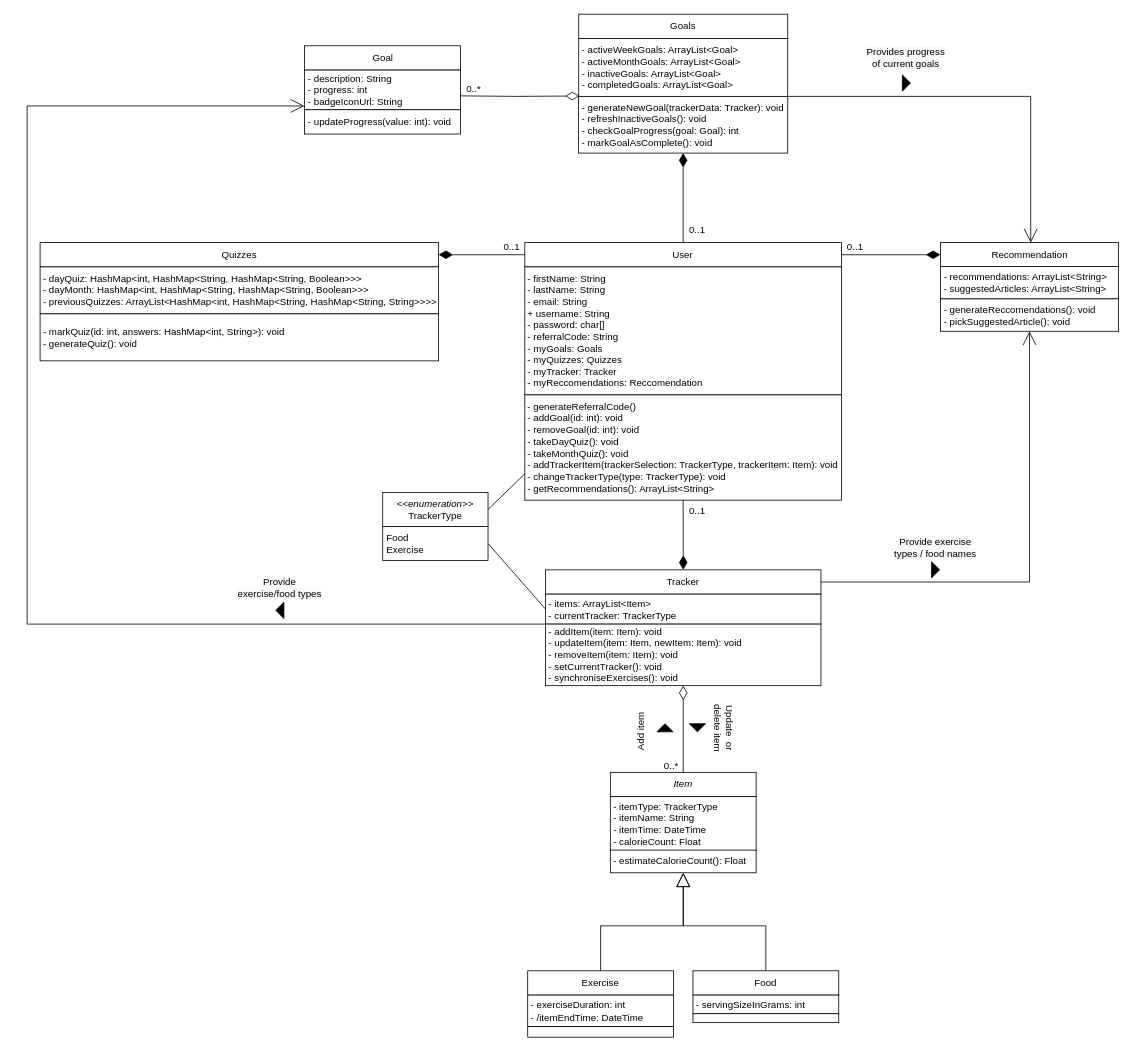
ahammond3aws/DC2SEN keeps this draw.io diagram as Final_class_diagram_improved.drawio. Above is the earlier version. Source tidied: cells renumbered, new cells numbered last; positions are measured from the earlier drawing's top-left corner, leaving out a move shared by most shapes. Both pictures are drawn from the tidied source at 81%, with x=0, y=0 at pixel (27, 14).
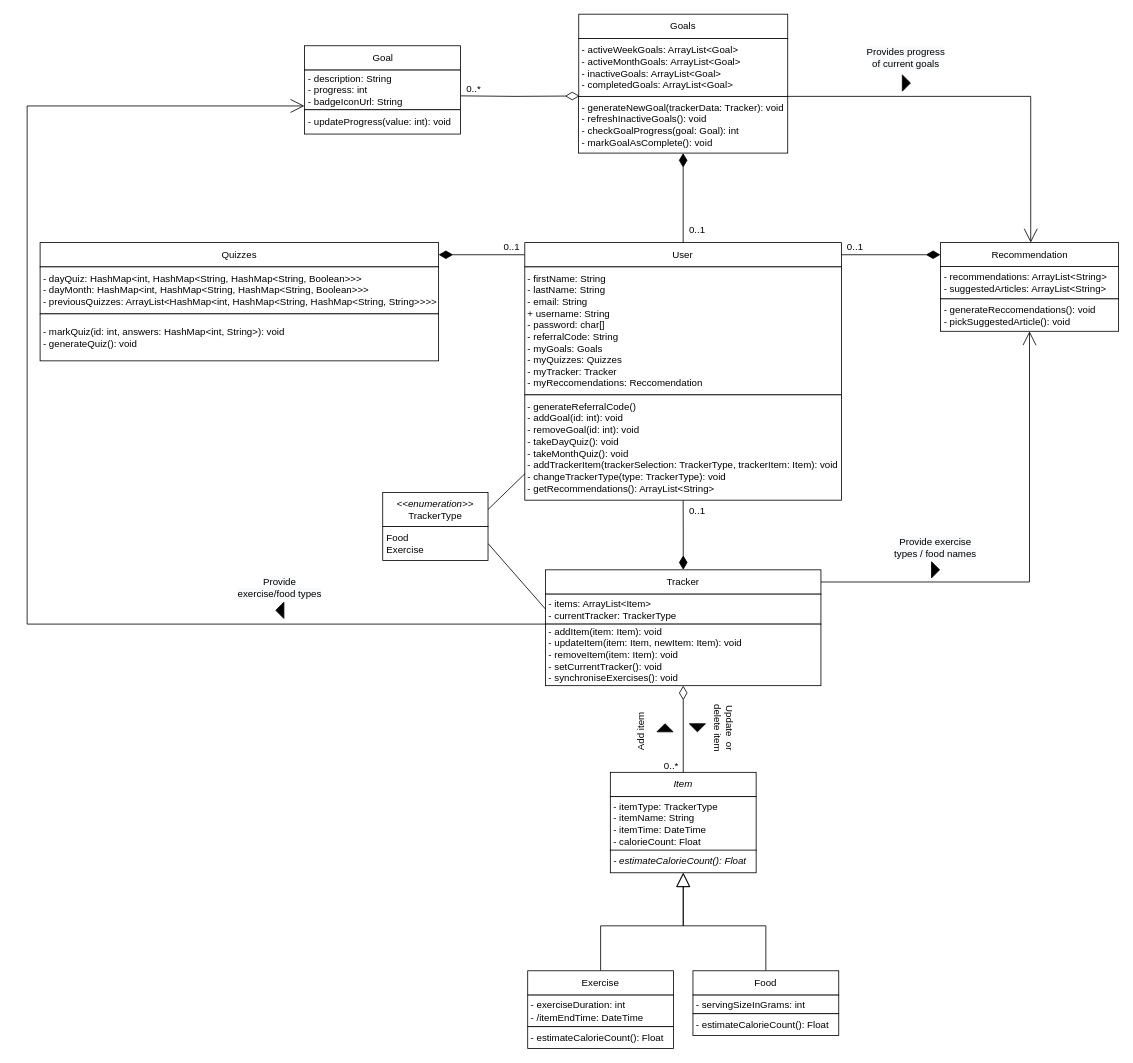
After the change.

What changed in the source:
```diff
@@
-    <mxCell id="31" style="rounded=0;whiteSpace=wrap;html=1;align=left;spacingLeft=2;" parent="1" vertex="1">
-      <mxGeometry x="618" y="1250" width="180" height="13" as="geometry" />
+    <mxCell id="31" value="&lt;span style=&quot;border-color: var(--border-color);&quot;&gt;- estimateCalorieCount(): Float&lt;/span&gt;" style="rounded=0;whiteSpace=wrap;html=1;align=left;spacingLeft=2;" parent="1" vertex="1">
+      <mxGeometry x="618" y="1250" width="180" height="27" as="geometry" />
     </mxCell>
@@
-    <mxCell id="33" style="rounded=0;whiteSpace=wrap;html=1;align=left;spacingLeft=2;" parent="1" vertex="1">
-      <mxGeometry x="822" y="1234" width="180" height="11" as="geometry" />
-    </mxCell>
@@
-    <mxCell id="58" value="- estimateCalorieCount(): Float" style="rounded=0;whiteSpace=wrap;html=1;align=left;spacingLeft=2;" parent="1" vertex="1">
+    <mxCell id="58" value="&lt;i&gt;- estimateCalorieCount(): Float&lt;/i&gt;" style="rounded=0;whiteSpace=wrap;html=1;align=left;spacingLeft=2;" parent="1" vertex="1">
       <mxGeometry x="720" y="1032" width="180" height="28" as="geometry" />
     </mxCell>
@@
+    <mxCell id="60" value="&lt;span style=&quot;border-color: var(--border-color);&quot;&gt;- estimateCalorieCount(): Float&lt;/span&gt;" style="rounded=0;whiteSpace=wrap;html=1;align=left;spacingLeft=2;" parent="1" vertex="1">
+      <mxGeometry x="822" y="1234" width="180" height="27" as="geometry" />
+    </mxCell>
```
